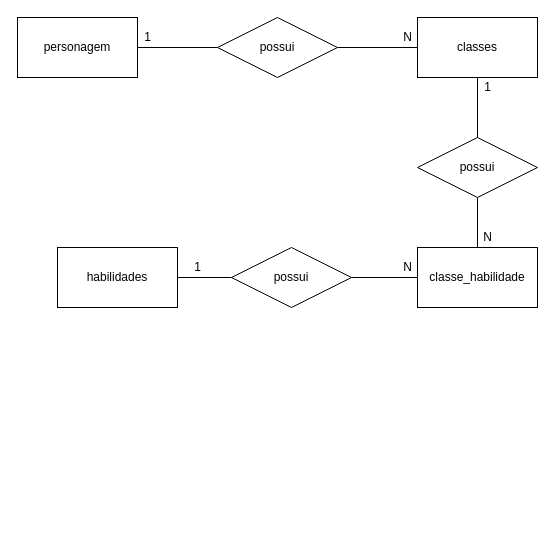
Zennitte/HROADS keeps this draw.io diagram as page "conceitual" (1 of 2) of modelagem/conceitual/HROADS-conceitual.drawio. Above is the earlier version. Source tidied: cells renumbered, new cells numbered last; positions are measured from the earlier drawing's top-left corner, leaving out a move shared by most shapes. Both pictures are drawn from the tidied source at 100%, with x=0, y=0 at pixel (17, 17).
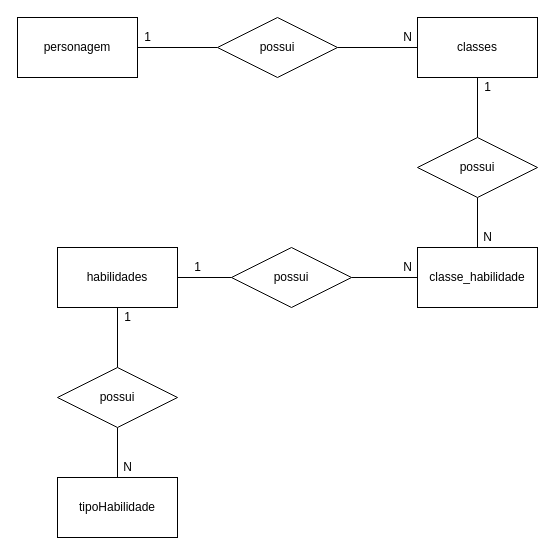
The same page after the edit.

Commit message (it also covers changes not shown here):
HROADS feito

Unchanged cells that the change refers to:
```xml
<mxCell id="6" value="habilidades" style="rounded=0;whiteSpace=wrap;html=1;" parent="1" vertex="1">
  <mxGeometry x="40" y="230" width="120" height="60" as="geometry" />
</mxCell>
```

The edit, as a diff of the source:
```diff
@@
+    <mxCell id="21" style="edgeStyle=orthogonalEdgeStyle;rounded=0;jettySize=auto;html=1;endArrow=none;endFill=0;" parent="1" edge="1" source="6" target="23">
+      <mxGeometry relative="1" as="geometry" />
+    </mxCell>
@@
+    <mxCell id="22" style="edgeStyle=orthogonalEdgeStyle;rounded=0;jettySize=auto;html=1;endArrow=none;endFill=0;" parent="1" edge="1" source="23" target="24">
+      <mxGeometry relative="1" as="geometry" />
+    </mxCell>
+    <mxCell id="23" value="possui" style="shape=rhombus;perimeter=rhombusPerimeter;whiteSpace=wrap;html=1;align=center;" parent="1" vertex="1">
+      <mxGeometry x="40" y="350" width="120" height="60" as="geometry" />
+    </mxCell>
+    <mxCell id="24" value="tipoHabilidade" style="rounded=0;whiteSpace=wrap;html=1;" parent="1" vertex="1">
+      <mxGeometry x="40" y="460" width="120" height="60" as="geometry" />
+    </mxCell>
+    <mxCell id="25" value="1" style="text;html=1;align=center;verticalAlign=middle;strokeColor=none;" parent="1" vertex="1">
+      <mxGeometry x="100" y="290" width="20" height="20" as="geometry" />
+    </mxCell>
+    <mxCell id="26" value="N" style="text;html=1;align=center;verticalAlign=middle;strokeColor=none;" parent="1" vertex="1">
+      <mxGeometry x="100" y="440" width="20" height="20" as="geometry" />
+    </mxCell>
```
